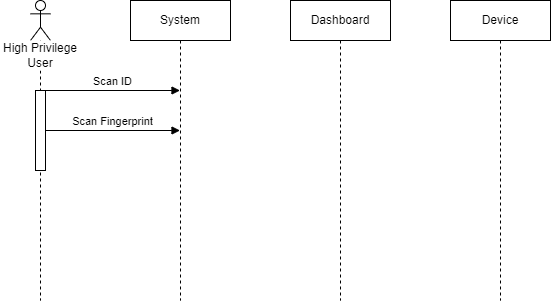
Earlier version of the draw.io export Sequence Diagram - Device (Higher Privilege).drawio.png (kaisunoo/Acads). Source tidied: cells renumbered, new cells last; positions are measured from the earlier drawing's top-left corner, leaving out a move shared by most shapes.
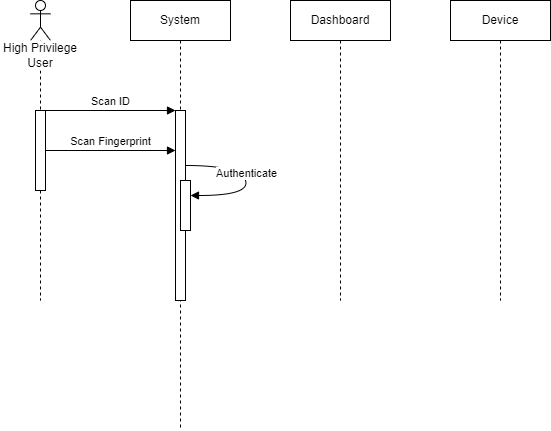
Later version of the same file.

What changed in the source:
```diff
@@ -6,27 +6,40 @@
       <mxGeometry x="30" width="20" height="300" as="geometry" />
     </mxCell>
     <mxCell id="3" style="html=1;points=[[0,0,0,0,5],[0,1,0,0,-5],[1,0,0,0,5],[1,1,0,0,-5]];perimeter=orthogonalPerimeter;outlineConnect=0;targetShapes=umlLifeline;portConstraint=eastwest;newEdgeStyle={&quot;curved&quot;:0,&quot;rounded&quot;:0};" parent="2" vertex="1">
-      <mxGeometry x="5" y="90" width="10" height="80" as="geometry" />
+      <mxGeometry x="5" y="110" width="10" height="80" as="geometry" />
     </mxCell>
     <mxCell id="4" value="High Privilege User" style="text;strokeColor=none;align=center;fillColor=#FFFFFF;html=1;verticalAlign=middle;whiteSpace=wrap;rounded=0;" parent="1" vertex="1">
       <mxGeometry y="40" width="80" height="30" as="geometry" />
     </mxCell>
     <mxCell id="5" value="System" style="shape=umlLifeline;perimeter=lifelinePerimeter;whiteSpace=wrap;html=1;outlineConnect=0;portConstraint=eastwest;newEdgeStyle={&quot;curved&quot;:0,&quot;rounded&quot;:0};" parent="1" vertex="1">
-      <mxGeometry x="130" width="100" height="300" as="geometry" />
+      <mxGeometry x="130" width="100" height="430" as="geometry" />
     </mxCell>
+    <mxCell id="10" style="html=1;points=[[0,0,0,0,5],[0,1,0,0,-5],[1,0,0,0,5],[1,1,0,0,-5]];perimeter=orthogonalPerimeter;outlineConnect=0;targetShapes=umlLifeline;portConstraint=eastwest;newEdgeStyle={&quot;curved&quot;:0,&quot;rounded&quot;:0};" parent="5" vertex="1">
+      <mxGeometry x="45" y="110" width="10" height="190" as="geometry" />
+    </mxCell>
+    <mxCell id="11" style="html=1;points=[[0,0,0,0,5],[0,1,0,0,-5],[1,0,0,0,5],[1,1,0,0,-5]];perimeter=orthogonalPerimeter;outlineConnect=0;targetShapes=umlLifeline;portConstraint=eastwest;newEdgeStyle={&quot;curved&quot;:0,&quot;rounded&quot;:0};" parent="5" vertex="1">
+      <mxGeometry x="50" y="180" width="10" height="50" as="geometry" />
+    </mxCell>
+    <mxCell id="12" value="Authenticate" style="html=1;verticalAlign=bottom;endArrow=block;curved=1;rounded=0;" parent="5" edge="1" source="10" target="11">
+      <mxGeometry relative="1" as="geometry">
+        <Array as="points">
+          <mxPoint x="110" y="165" />
+          <mxPoint x="120" y="195" />
+        </Array>
+      </mxGeometry>
+    </mxCell>
     <mxCell id="6" value="Dashboard" style="shape=umlLifeline;perimeter=lifelinePerimeter;whiteSpace=wrap;html=1;newEdgeStyle={&quot;curved&quot;:0,&quot;rounded&quot;:0};" parent="1" vertex="1">
       <mxGeometry x="290" width="100" height="300" as="geometry" />
     </mxCell>
     <mxCell id="7" value="Device" style="shape=umlLifeline;perimeter=lifelinePerimeter;whiteSpace=wrap;html=1;newEdgeStyle={&quot;curved&quot;:0,&quot;rounded&quot;:0};" parent="1" vertex="1">
       <mxGeometry x="450" width="100" height="300" as="geometry" />
     </mxCell>
-    <mxCell id="8" value="Scan ID" style="html=1;verticalAlign=bottom;endArrow=block;curved=0;rounded=0;" parent="1" edge="1">
+    <mxCell id="8" value="Scan ID" style="html=1;verticalAlign=bottom;endArrow=block;curved=0;rounded=0;" parent="1" edge="1" target="10">
       <mxGeometry relative="1" as="geometry">
-        <mxPoint x="45" y="90" as="sourcePoint" />
-        <mxPoint x="179.5" y="90" as="targetPoint" />
+        <mxPoint x="45" y="110" as="sourcePoint" />
       </mxGeometry>
     </mxCell>
-    <mxCell id="9" value="Scan Fingerprint" style="html=1;verticalAlign=bottom;endArrow=block;curved=0;rounded=0;" parent="1" edge="1" source="3" target="5">
+    <mxCell id="9" value="Scan Fingerprint" style="html=1;verticalAlign=bottom;endArrow=block;curved=0;rounded=0;" parent="1" edge="1" source="3" target="10">
       <mxGeometry relative="1" as="geometry" />
     </mxCell>
   </root>
```
